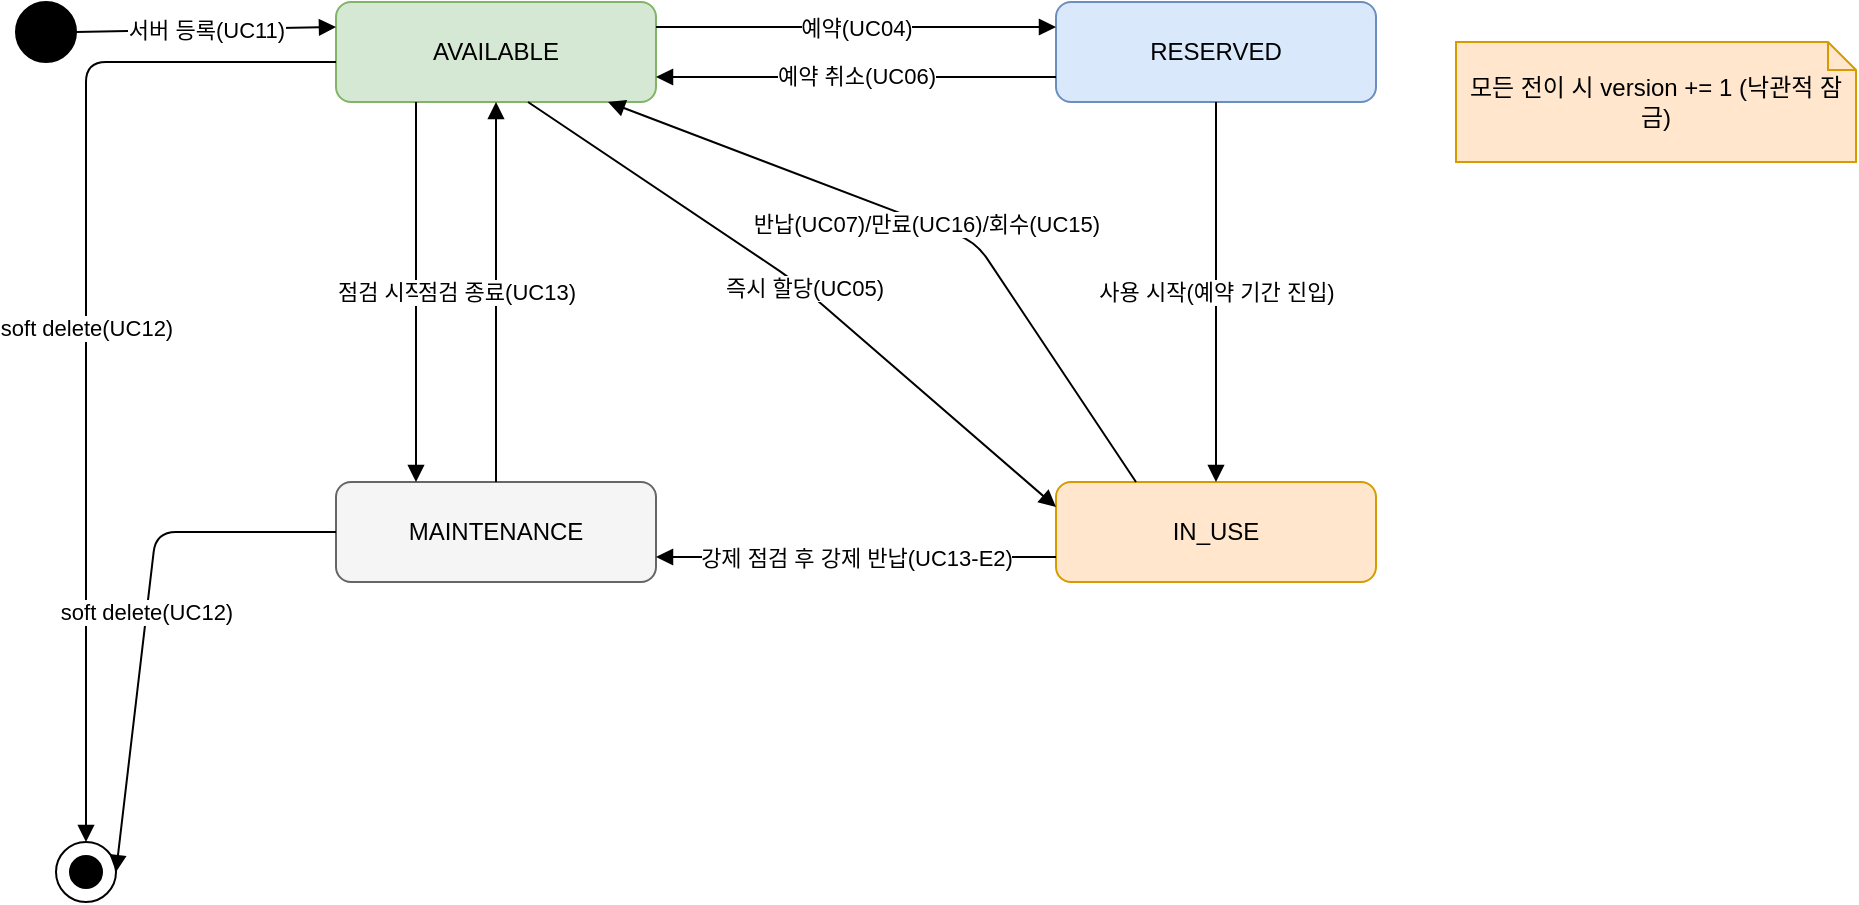
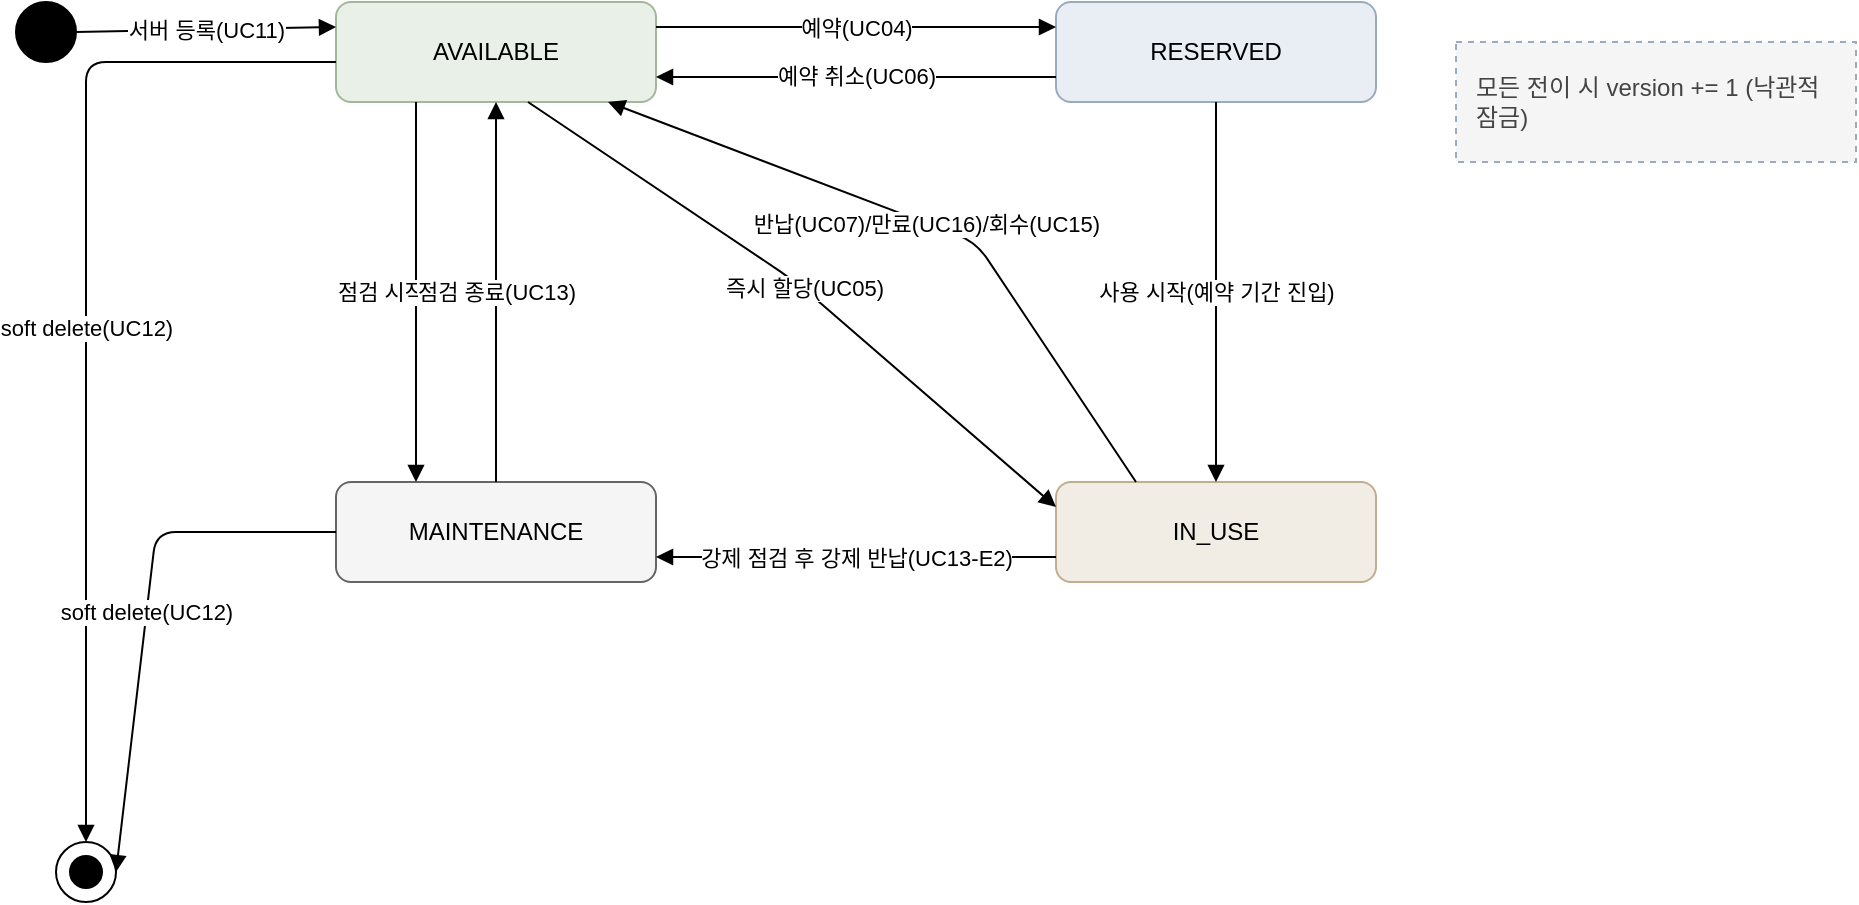
<mxfile host="app.diagrams.net">
  <diagram id="server-state-diagram" name="Server State">
    <mxGraphModel dx="1200" dy="800" grid="1" gridSize="10" guides="1" tooltips="1" connect="1" arrows="1" fold="1" page="1" pageScale="1" pageWidth="1000" pageHeight="600" math="0" shadow="0">
      <root>
        <mxCell id="0" />
        <mxCell id="1" parent="0" />
        <mxCell id="sv-start" value="" style="ellipse;html=1;fillColor=#000000;strokeColor=#000000;" vertex="1" parent="1">
          <mxGeometry x="40" y="40" width="30" height="30" as="geometry" />
        </mxCell>
-         <mxCell id="sv-available" value="AVAILABLE" style="rounded=1;whiteSpace=wrap;html=1;fillColor=#d5e8d4;strokeColor=#82b366;" vertex="1" parent="1">
+         <mxCell id="sv-available" value="AVAILABLE" style="rounded=1;whiteSpace=wrap;html=1;fillColor=#e9f0e8;strokeColor=#a3b79a;" vertex="1" parent="1">
          <mxGeometry x="200" y="40" width="160" height="50" as="geometry" />
        </mxCell>
-         <mxCell id="sv-reserved" value="RESERVED" style="rounded=1;whiteSpace=wrap;html=1;fillColor=#dae8fc;strokeColor=#6c8ebf;" vertex="1" parent="1">
+         <mxCell id="sv-reserved" value="RESERVED" style="rounded=1;whiteSpace=wrap;html=1;fillColor=#e9eef4;strokeColor=#9aabbf;" vertex="1" parent="1">
          <mxGeometry x="560" y="40" width="160" height="50" as="geometry" />
        </mxCell>
-         <mxCell id="sv-inuse" value="IN_USE" style="rounded=1;whiteSpace=wrap;html=1;fillColor=#ffe6cc;strokeColor=#d79b00;" vertex="1" parent="1">
+         <mxCell id="sv-inuse" value="IN_USE" style="rounded=1;whiteSpace=wrap;html=1;fillColor=#f1ece4;strokeColor=#c2ad8e;" vertex="1" parent="1">
          <mxGeometry x="560" y="280" width="160" height="50" as="geometry" />
        </mxCell>
        <mxCell id="sv-maint" value="MAINTENANCE" style="rounded=1;whiteSpace=wrap;html=1;fillColor=#f5f5f5;strokeColor=#666666;" vertex="1" parent="1">
          <mxGeometry x="200" y="280" width="160" height="50" as="geometry" />
        </mxCell>
        <mxCell id="sv-end-outer" value="" style="ellipse;html=1;fillColor=none;strokeColor=#000000;" vertex="1" parent="1">
          <mxGeometry x="60" y="460" width="30" height="30" as="geometry" />
        </mxCell>
        <mxCell id="sv-end-inner" value="" style="ellipse;html=1;fillColor=#000000;strokeColor=#000000;" vertex="1" parent="1">
          <mxGeometry x="67" y="467" width="16" height="16" as="geometry" />
        </mxCell>
-         <mxCell id="sv-note" value="모든 전이 시 version += 1 (낙관적 잠금)" style="shape=note;whiteSpace=wrap;html=1;fillColor=#ffe6cc;strokeColor=#d79b00;size=14;" vertex="1" parent="1">
+         <mxCell id="sv-note" value="모든 전이 시 version += 1 (낙관적 잠금)" style="whiteSpace=wrap;html=1;fillColor=#f5f5f5;strokeColor=#9aabbf;dashed=1;align=left;spacingLeft=8;spacingRight=8;verticalAlign=middle;fontColor=#444444;" vertex="1" parent="1">
          <mxGeometry x="760" y="60" width="200" height="60" as="geometry" />
        </mxCell>
        <mxCell id="sv-e1" value="서버 등록(UC11)" style="html=1;endArrow=block;labelBackgroundColor=#ffffff;exitX=1;exitY=0.5;exitDx=0;exitDy=0;entryX=0;entryY=0.25;entryDx=0;entryDy=0;" edge="1" parent="1" source="sv-start" target="sv-available">
          <mxGeometry relative="1" as="geometry" />
        </mxCell>
        <mxCell id="sv-e2" value="예약(UC04)" style="html=1;endArrow=block;labelBackgroundColor=#ffffff;exitX=1;exitY=0.25;exitDx=0;exitDy=0;entryX=0;entryY=0.25;entryDx=0;entryDy=0;" edge="1" parent="1" source="sv-available" target="sv-reserved">
          <mxGeometry relative="1" as="geometry" />
        </mxCell>
        <mxCell id="sv-e3" value="예약 취소(UC06)" style="html=1;endArrow=block;labelBackgroundColor=#ffffff;exitX=0;exitY=0.75;exitDx=0;exitDy=0;entryX=1;entryY=0.75;entryDx=0;entryDy=0;" edge="1" parent="1" source="sv-reserved" target="sv-available">
          <mxGeometry relative="1" as="geometry" />
        </mxCell>
        <mxCell id="sv-e4" value="사용 시작(예약 기간 진입)" style="html=1;endArrow=block;labelBackgroundColor=#ffffff;exitX=0.5;exitY=1;exitDx=0;exitDy=0;entryX=0.5;entryY=0;entryDx=0;entryDy=0;" edge="1" parent="1" source="sv-reserved" target="sv-inuse">
          <mxGeometry relative="1" as="geometry" />
        </mxCell>
        <mxCell id="sv-e5" value="즉시 할당(UC05)" style="html=1;endArrow=block;labelBackgroundColor=#ffffff;exitX=0.6;exitY=1;exitDx=0;exitDy=0;entryX=0;entryY=0.25;entryDx=0;entryDy=0;" edge="1" parent="1" source="sv-available" target="sv-inuse">
          <mxGeometry relative="1" as="geometry">
            <Array as="points">
              <mxPoint x="430" y="180" />
            </Array>
          </mxGeometry>
        </mxCell>
        <mxCell id="sv-e6" value="반납(UC07)/만료(UC16)/회수(UC15)" style="html=1;endArrow=block;labelBackgroundColor=#ffffff;exitX=0.25;exitY=0;exitDx=0;exitDy=0;entryX=0.85;entryY=1;entryDx=0;entryDy=0;" edge="1" parent="1" source="sv-inuse" target="sv-available">
          <mxGeometry relative="1" as="geometry">
            <Array as="points">
              <mxPoint x="520" y="160" />
            </Array>
          </mxGeometry>
        </mxCell>
        <mxCell id="sv-e7" value="점검 시작(UC13)" style="html=1;endArrow=block;labelBackgroundColor=#ffffff;exitX=0.25;exitY=1;exitDx=0;exitDy=0;entryX=0.25;entryY=0;entryDx=0;entryDy=0;" edge="1" parent="1" source="sv-available" target="sv-maint">
          <mxGeometry relative="1" as="geometry" />
        </mxCell>
        <mxCell id="sv-e8" value="점검 종료(UC13)" style="html=1;endArrow=block;labelBackgroundColor=#ffffff;exitX=0.5;exitY=0;exitDx=0;exitDy=0;entryX=0.5;entryY=1;entryDx=0;entryDy=0;" edge="1" parent="1" source="sv-maint" target="sv-available">
          <mxGeometry relative="1" as="geometry" />
        </mxCell>
        <mxCell id="sv-e9" value="강제 점검 후 강제 반납(UC13-E2)" style="html=1;endArrow=block;labelBackgroundColor=#ffffff;exitX=0;exitY=0.75;exitDx=0;exitDy=0;entryX=1;entryY=0.75;entryDx=0;entryDy=0;" edge="1" parent="1" source="sv-inuse" target="sv-maint">
          <mxGeometry relative="1" as="geometry" />
        </mxCell>
        <mxCell id="sv-e10" value="soft delete(UC12)" style="html=1;endArrow=block;labelBackgroundColor=#ffffff;exitX=0;exitY=0.6;exitDx=0;exitDy=0;entryX=0.5;entryY=0;entryDx=0;entryDy=0;" edge="1" parent="1" source="sv-available" target="sv-end-outer">
          <mxGeometry relative="1" as="geometry">
            <Array as="points">
              <mxPoint x="75" y="70" />
            </Array>
          </mxGeometry>
        </mxCell>
        <mxCell id="sv-e11" value="soft delete(UC12)" style="html=1;endArrow=block;labelBackgroundColor=#ffffff;exitX=0;exitY=0.5;exitDx=0;exitDy=0;entryX=1;entryY=0.5;entryDx=0;entryDy=0;" edge="1" parent="1" source="sv-maint" target="sv-end-outer">
          <mxGeometry relative="1" as="geometry">
            <Array as="points">
              <mxPoint x="110" y="305" />
            </Array>
          </mxGeometry>
        </mxCell>
      </root>
    </mxGraphModel>
  </diagram>
  <diagram id="reservation-state-diagram" name="Reservation State">
    <mxGraphModel dx="1200" dy="800" grid="1" gridSize="10" guides="1" tooltips="1" connect="1" arrows="1" fold="1" page="1" pageScale="1" pageWidth="1000" pageHeight="540" math="0" shadow="0">
      <root>
        <mxCell id="0" />
        <mxCell id="1" parent="0" />
        <mxCell id="rv-start" value="" style="ellipse;html=1;fillColor=#000000;strokeColor=#000000;" vertex="1" parent="1">
          <mxGeometry x="30" y="60" width="30" height="30" as="geometry" />
        </mxCell>
-         <mxCell id="rv-reserved" value="RESERVED" style="rounded=1;whiteSpace=wrap;html=1;fillColor=#dae8fc;strokeColor=#6c8ebf;" vertex="1" parent="1">
+         <mxCell id="rv-reserved" value="RESERVED" style="rounded=1;whiteSpace=wrap;html=1;fillColor=#e9eef4;strokeColor=#9aabbf;" vertex="1" parent="1">
          <mxGeometry x="160" y="50" width="150" height="50" as="geometry" />
        </mxCell>
-         <mxCell id="rv-inuse" value="IN_USE" style="rounded=1;whiteSpace=wrap;html=1;fillColor=#ffe6cc;strokeColor=#d79b00;" vertex="1" parent="1">
+         <mxCell id="rv-inuse" value="IN_USE" style="rounded=1;whiteSpace=wrap;html=1;fillColor=#f1ece4;strokeColor=#c2ad8e;" vertex="1" parent="1">
          <mxGeometry x="460" y="50" width="150" height="50" as="geometry" />
        </mxCell>
        <mxCell id="rv-canceled" value="CANCELED" style="rounded=1;whiteSpace=wrap;html=1;fillColor=#f5f5f5;strokeColor=#666666;" vertex="1" parent="1">
          <mxGeometry x="160" y="230" width="150" height="50" as="geometry" />
        </mxCell>
-         <mxCell id="rv-returned" value="RETURNED" style="rounded=1;whiteSpace=wrap;html=1;fillColor=#d5e8d4;strokeColor=#82b366;" vertex="1" parent="1">
+         <mxCell id="rv-returned" value="RETURNED" style="rounded=1;whiteSpace=wrap;html=1;fillColor=#e9f0e8;strokeColor=#a3b79a;" vertex="1" parent="1">
          <mxGeometry x="380" y="230" width="150" height="50" as="geometry" />
        </mxCell>
-         <mxCell id="rv-expired" value="EXPIRED" style="rounded=1;whiteSpace=wrap;html=1;fillColor=#d5e8d4;strokeColor=#82b366;" vertex="1" parent="1">
+         <mxCell id="rv-expired" value="EXPIRED" style="rounded=1;whiteSpace=wrap;html=1;fillColor=#e9f0e8;strokeColor=#a3b79a;" vertex="1" parent="1">
          <mxGeometry x="570" y="230" width="150" height="50" as="geometry" />
        </mxCell>
-         <mxCell id="rv-reclaimed" value="RECLAIMED" style="rounded=1;whiteSpace=wrap;html=1;fillColor=#d5e8d4;strokeColor=#82b366;" vertex="1" parent="1">
+         <mxCell id="rv-reclaimed" value="RECLAIMED" style="rounded=1;whiteSpace=wrap;html=1;fillColor=#e9f0e8;strokeColor=#a3b79a;" vertex="1" parent="1">
          <mxGeometry x="760" y="230" width="150" height="50" as="geometry" />
        </mxCell>
        <mxCell id="rv-end-outer" value="" style="ellipse;html=1;fillColor=none;strokeColor=#000000;" vertex="1" parent="1">
          <mxGeometry x="520" y="400" width="30" height="30" as="geometry" />
        </mxCell>
        <mxCell id="rv-end-inner" value="" style="ellipse;html=1;fillColor=#000000;strokeColor=#000000;" vertex="1" parent="1">
          <mxGeometry x="527" y="407" width="16" height="16" as="geometry" />
        </mxCell>
        <mxCell id="rv-e1" value="예약 생성(UC04)" style="html=1;endArrow=block;labelBackgroundColor=#ffffff;exitX=1;exitY=0.5;exitDx=0;exitDy=0;entryX=0;entryY=0.5;entryDx=0;entryDy=0;" edge="1" parent="1" source="rv-start" target="rv-reserved">
          <mxGeometry relative="1" as="geometry" />
        </mxCell>
        <mxCell id="rv-e2" value="즉시 할당(UC05)" style="html=1;endArrow=block;labelBackgroundColor=#ffffff;exitX=0.5;exitY=0;exitDx=0;exitDy=0;entryX=0.5;entryY=0;entryDx=0;entryDy=0;" edge="1" parent="1" source="rv-start" target="rv-inuse">
          <mxGeometry relative="1" as="geometry">
            <Array as="points">
              <mxPoint x="45" y="15" />
              <mxPoint x="535" y="15" />
            </Array>
          </mxGeometry>
        </mxCell>
        <mxCell id="rv-e3" value="사용 시작" style="html=1;endArrow=block;labelBackgroundColor=#ffffff;exitX=1;exitY=0.5;exitDx=0;exitDy=0;entryX=0;entryY=0.5;entryDx=0;entryDy=0;" edge="1" parent="1" source="rv-reserved" target="rv-inuse">
          <mxGeometry relative="1" as="geometry" />
        </mxCell>
        <mxCell id="rv-e4" value="취소(UC06)" style="html=1;endArrow=block;labelBackgroundColor=#ffffff;exitX=0.5;exitY=1;exitDx=0;exitDy=0;entryX=0.5;entryY=0;entryDx=0;entryDy=0;" edge="1" parent="1" source="rv-reserved" target="rv-canceled">
          <mxGeometry relative="1" as="geometry" />
        </mxCell>
        <mxCell id="rv-e5" value="직접 반납(UC07)" style="html=1;endArrow=block;labelBackgroundColor=#ffffff;exitX=0.25;exitY=1;exitDx=0;exitDy=0;entryX=0.5;entryY=0;entryDx=0;entryDy=0;" edge="1" parent="1" source="rv-inuse" target="rv-returned">
          <mxGeometry relative="1" as="geometry" />
        </mxCell>
        <mxCell id="rv-e6" value="만료 자동 반납(UC16)" style="html=1;endArrow=block;labelBackgroundColor=#ffffff;exitX=0.5;exitY=1;exitDx=0;exitDy=0;entryX=0.5;entryY=0;entryDx=0;entryDy=0;" edge="1" parent="1" source="rv-inuse" target="rv-expired">
          <mxGeometry relative="1" as="geometry" />
        </mxCell>
        <mxCell id="rv-e7" value="유휴 자동 회수(UC15)" style="html=1;endArrow=block;labelBackgroundColor=#ffffff;exitX=0.75;exitY=1;exitDx=0;exitDy=0;entryX=0.5;entryY=0;entryDx=0;entryDy=0;" edge="1" parent="1" source="rv-inuse" target="rv-reclaimed">
          <mxGeometry relative="1" as="geometry" />
        </mxCell>
        <mxCell id="rv-e8" value="" style="html=1;endArrow=block;exitX=0.5;exitY=1;exitDx=0;exitDy=0;" edge="1" parent="1" source="rv-canceled" target="rv-end-outer">
          <mxGeometry relative="1" as="geometry">
            <Array as="points">
              <mxPoint x="235" y="415" />
            </Array>
          </mxGeometry>
        </mxCell>
        <mxCell id="rv-e9" value="" style="html=1;endArrow=block;exitX=0.5;exitY=1;exitDx=0;exitDy=0;" edge="1" parent="1" source="rv-returned" target="rv-end-outer">
          <mxGeometry relative="1" as="geometry" />
        </mxCell>
        <mxCell id="rv-e10" value="" style="html=1;endArrow=block;exitX=0.5;exitY=1;exitDx=0;exitDy=0;" edge="1" parent="1" source="rv-expired" target="rv-end-outer">
          <mxGeometry relative="1" as="geometry" />
        </mxCell>
        <mxCell id="rv-e11" value="" style="html=1;endArrow=block;exitX=0.5;exitY=1;exitDx=0;exitDy=0;" edge="1" parent="1" source="rv-reclaimed" target="rv-end-outer">
          <mxGeometry relative="1" as="geometry">
            <Array as="points">
              <mxPoint x="835" y="415" />
            </Array>
          </mxGeometry>
        </mxCell>
      </root>
    </mxGraphModel>
  </diagram>
</mxfile>
